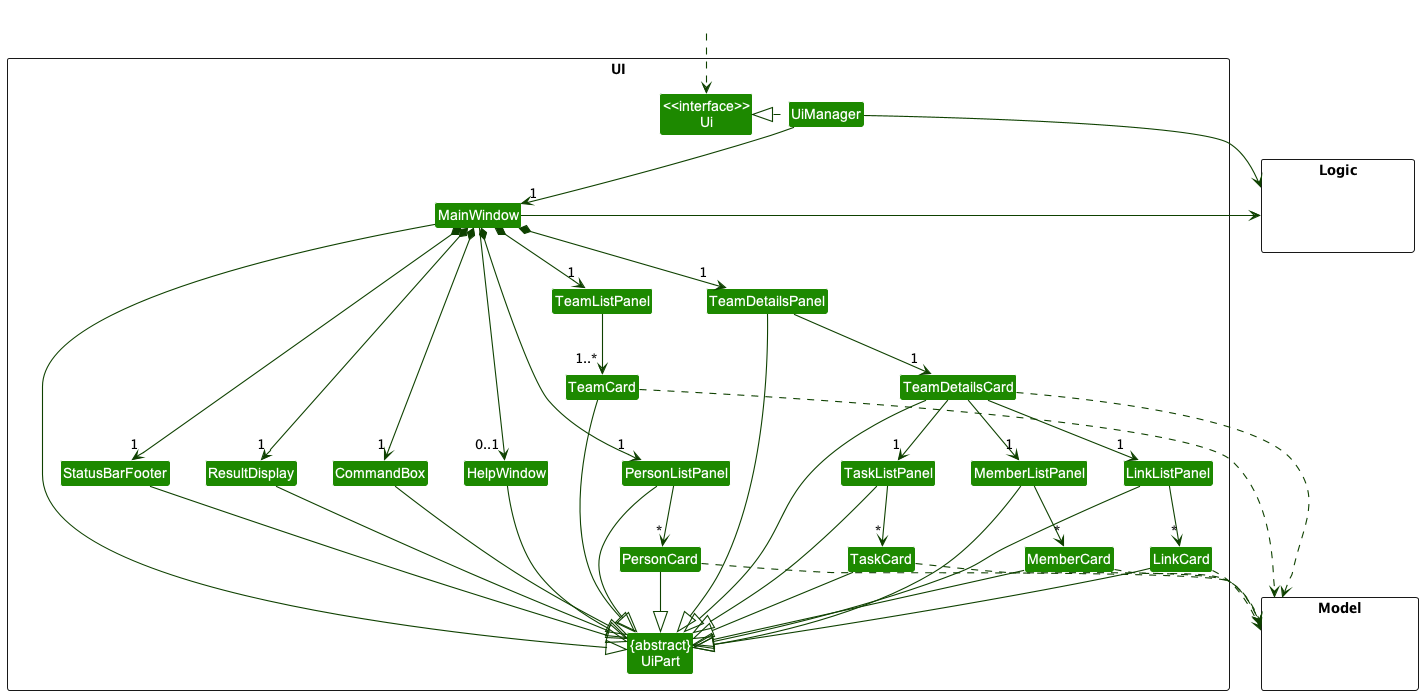
Earlier version of the PlantUML export docs/images/UiClassDiagram.png (nus-cs2103-AY2223S1/tp).
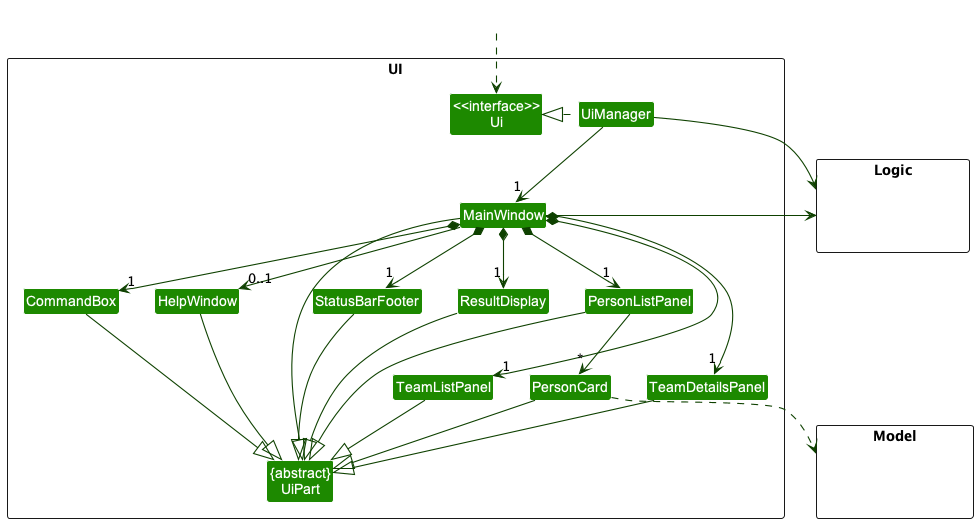
Later version of the same file.

Commit message:
Split UiClassDiagram for readability

What changed in the source:
```diff
@@ -16,15 +16,7 @@
 Class StatusBarFooter
 Class CommandBox
 Class TeamListPanel
-Class TeamCard
 Class TeamDetailsPanel
-Class TeamDetailsCard
-Class TaskListPanel
-Class TaskCard
-Class MemberListPanel
-Class MemberCard
-Class LinkListPanel
-Class LinkCard
 }
 
 package Model <<Rectangle>> {
@@ -58,15 +50,8 @@
 PersonCard --|> UiPart
 StatusBarFooter --|> UiPart
 HelpWindow --|> UiPart
-TeamDetailsCard -down-|> UiPart
-TeamCard --|> UiPart
-MemberCard --|> UiPart
-MemberListPanel --|> UiPart
-TaskCard --|> UiPart
-TaskListPanel --|> UiPart
 TeamDetailsPanel --|> UiPart
-LinkListPanel --|> UiPart
-LinkCard --|> UiPart
+TeamListPanel --|> UiPart
 
 PersonCard ..> Model
 UiManager -right-> Logic
@@ -77,21 +62,7 @@
 CommandBox -[hidden]left- ResultDisplay
 ResultDisplay -[hidden]left- StatusBarFooter
 
-TeamListPanel --> "1..*" TeamCard
 
-TeamDetailsPanel --> "1" TeamDetailsCard
-TeamDetailsCard --> "1" TaskListPanel
-TeamDetailsCard--> "1" MemberListPanel
-TaskListPanel --> "*" TaskCard
-MemberListPanel --> "*" MemberCard
-TeamDetailsCard --> "1" LinkListPanel
-LinkListPanel --> "*" LinkCard
-
-TeamCard ..> Model
-LinkCard ..> Model
-TeamDetailsCard ..> Model
-TaskCard ..> Model
-MemberCard ..> Model
 
 MainWindow -[hidden]-|> UiPart
 @enduml
```
